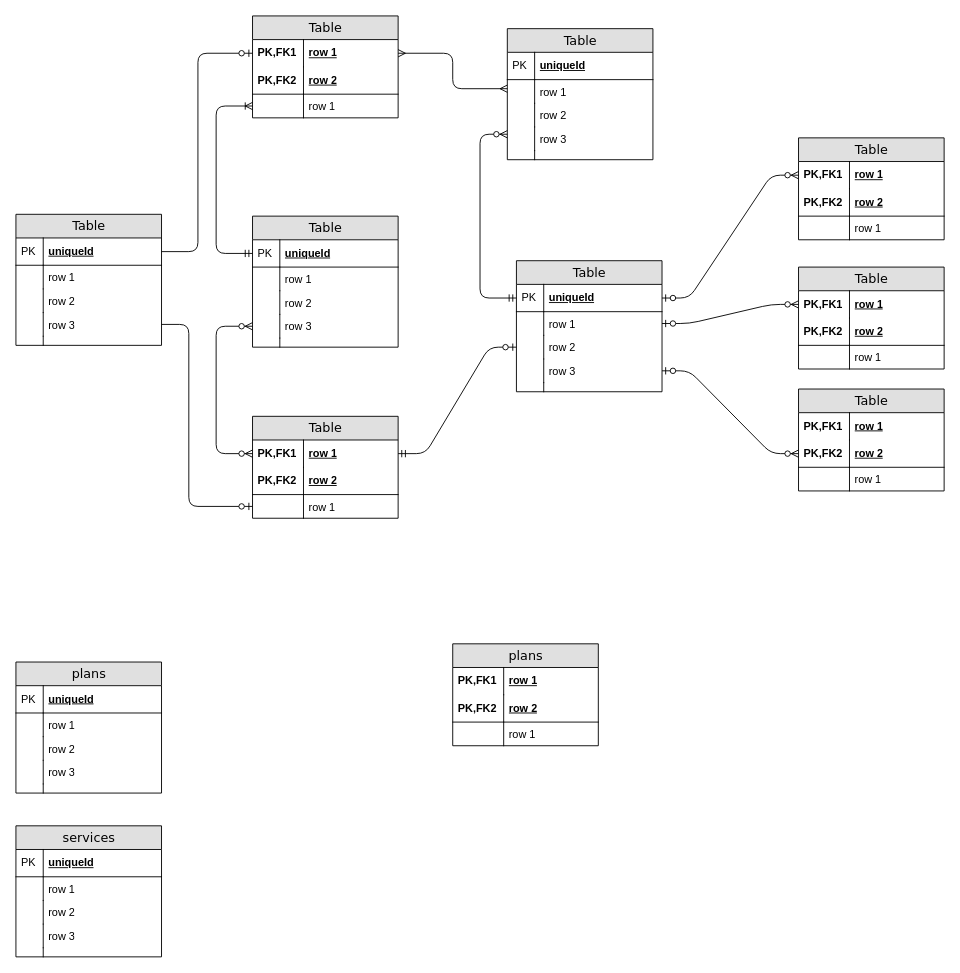
brnrajoriya/mailer-payment-module-db keeps this draw.io diagram as db/Untitled Diagram.drawio. Above is the earlier version. Source tidied: cells renumbered, new cells numbered last; positions are measured from the earlier drawing's top-left corner, leaving out a move shared by most shapes. Both pictures are drawn from the tidied source at 91%, with x=0, y=0 at pixel (15, 15).
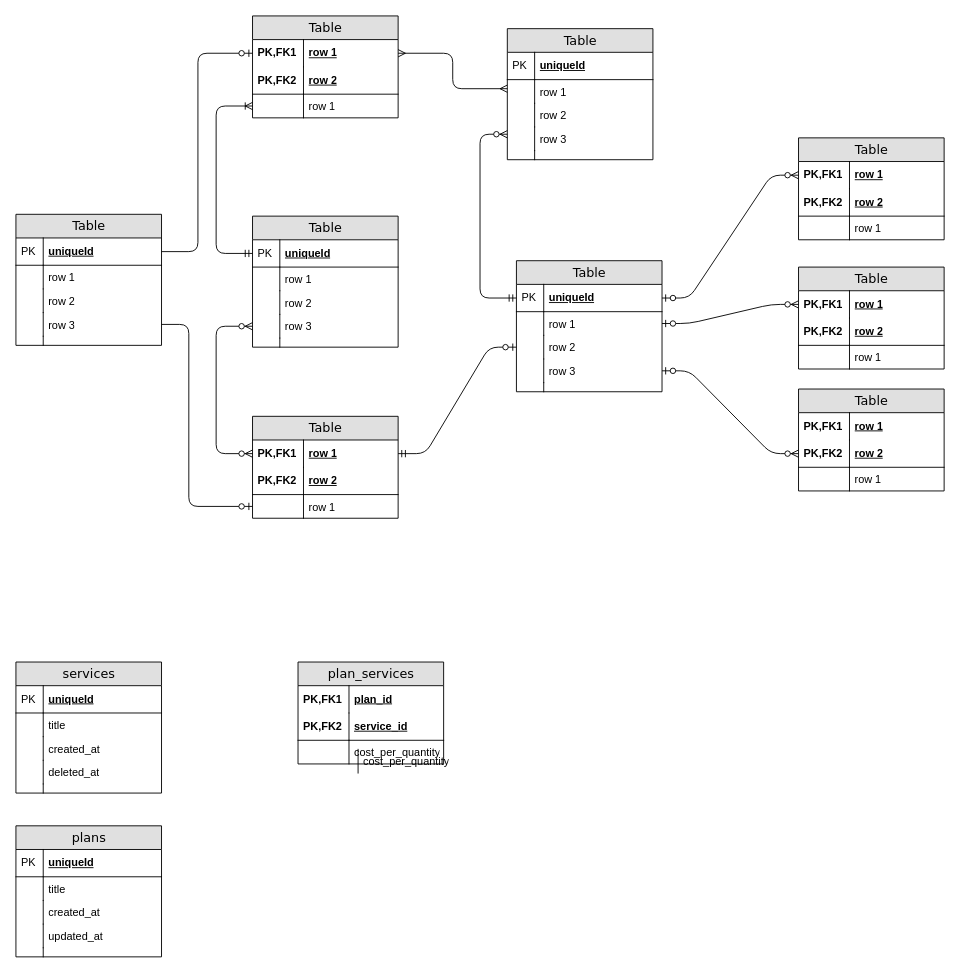
The same diagram, later.

Change to the diagram source:
```diff
@@
-    <mxCell id="91" value="plans" style="swimlane;html=1;fontStyle=0;horizontal=1;startSize=26;fillColor=#e0e0e0;swimlaneFillColor=#ffffff;align=center;rounded=0;shadow=0;comic=0;labelBackgroundColor=none;strokeWidth=1;fontFamily=Verdana;fontSize=14;" parent="1" vertex="1">
-      <mxGeometry x="480" y="690" width="160" height="112" as="geometry" />
+    <mxCell id="91" value="plan_services" style="swimlane;html=1;fontStyle=0;horizontal=1;startSize=26;fillColor=#e0e0e0;swimlaneFillColor=#ffffff;align=center;rounded=0;shadow=0;comic=0;labelBackgroundColor=none;strokeWidth=1;fontFamily=Verdana;fontSize=14;" parent="1" vertex="1">
+      <mxGeometry x="310" y="710" width="160" height="112" as="geometry" />
     </mxCell>
-    <mxCell id="92" value="row 1" style="shape=partialRectangle;top=0;left=0;right=0;bottom=0;html=1;align=left;verticalAlign=middle;fillColor=none;spacingLeft=60;spacingRight=4;whiteSpace=wrap;overflow=hidden;fontStyle=5;" parent="91" vertex="1">
+    <mxCell id="92" value="plan_id" style="shape=partialRectangle;top=0;left=0;right=0;bottom=0;html=1;align=left;verticalAlign=middle;fillColor=none;spacingLeft=60;spacingRight=4;whiteSpace=wrap;overflow=hidden;fontStyle=5;" parent="91" vertex="1">
       <mxGeometry y="26" width="160" height="30" as="geometry" />
     </mxCell>
@@
-    <mxCell id="94" value="row 2" style="shape=partialRectangle;top=0;left=0;right=0;bottom=1;html=1;align=left;verticalAlign=middle;fillColor=none;spacingLeft=60;spacingRight=4;whiteSpace=wrap;overflow=hidden;fontStyle=5;" parent="91" vertex="1">
+    <mxCell id="94" value="service_id" style="shape=partialRectangle;top=0;left=0;right=0;bottom=1;html=1;align=left;verticalAlign=middle;fillColor=none;spacingLeft=60;spacingRight=4;whiteSpace=wrap;overflow=hidden;fontStyle=5;" parent="91" vertex="1">
       <mxGeometry y="56" width="160" height="30" as="geometry" />
     </mxCell>
@@
-    <mxCell id="96" value="row 1" style="shape=partialRectangle;top=0;left=0;right=0;bottom=0;html=1;align=left;verticalAlign=top;fillColor=none;spacingLeft=60;spacingRight=4;whiteSpace=wrap;overflow=hidden;" parent="91" vertex="1">
+    <mxCell id="96" value="cost_per_quantity" style="shape=partialRectangle;top=0;left=0;right=0;bottom=0;html=1;align=left;verticalAlign=top;fillColor=none;spacingLeft=60;spacingRight=4;whiteSpace=wrap;overflow=hidden;" parent="91" vertex="1">
       <mxGeometry y="86" width="160" height="26" as="geometry" />
     </mxCell>
@@
-    <mxCell id="98" value="plans" style="swimlane;html=1;fontStyle=0;horizontal=1;startSize=26;fillColor=#e0e0e0;swimlaneFillColor=#ffffff;align=center;rounded=0;shadow=0;comic=0;labelBackgroundColor=none;strokeWidth=1;fontFamily=Verdana;fontSize=14;" parent="1" vertex="1">
+    <mxCell id="98" value="services" style="swimlane;html=1;fontStyle=0;horizontal=1;startSize=26;fillColor=#e0e0e0;swimlaneFillColor=#ffffff;align=center;rounded=0;shadow=0;comic=0;labelBackgroundColor=none;strokeWidth=1;fontFamily=Verdana;fontSize=14;" parent="1" vertex="1">
       <mxGeometry y="710" width="160" height="144" as="geometry" />
     </mxCell>
@@
-    <mxCell id="101" value="row 1" style="shape=partialRectangle;top=0;left=0;right=0;bottom=0;html=1;align=left;verticalAlign=top;fillColor=none;spacingLeft=34;spacingRight=4;whiteSpace=wrap;overflow=hidden;" parent="98" vertex="1">
+    <mxCell id="101" value="title" style="shape=partialRectangle;top=0;left=0;right=0;bottom=0;html=1;align=left;verticalAlign=top;fillColor=none;spacingLeft=34;spacingRight=4;whiteSpace=wrap;overflow=hidden;" parent="98" vertex="1">
       <mxGeometry y="56" width="160" height="26" as="geometry" />
     </mxCell>
@@
-    <mxCell id="103" value="row 2" style="shape=partialRectangle;top=0;left=0;right=0;bottom=0;html=1;align=left;verticalAlign=top;fillColor=none;spacingLeft=34;spacingRight=4;whiteSpace=wrap;overflow=hidden;" parent="98" vertex="1">
+    <mxCell id="103" value="created_at" style="shape=partialRectangle;top=0;left=0;right=0;bottom=0;html=1;align=left;verticalAlign=top;fillColor=none;spacingLeft=34;spacingRight=4;whiteSpace=wrap;overflow=hidden;" parent="98" vertex="1">
       <mxGeometry y="82" width="160" height="26" as="geometry" />
     </mxCell>
@@
-    <mxCell id="105" value="row 3" style="shape=partialRectangle;top=0;left=0;right=0;bottom=0;html=1;align=left;verticalAlign=top;fillColor=none;spacingLeft=34;spacingRight=4;whiteSpace=wrap;overflow=hidden;" parent="98" vertex="1">
+    <mxCell id="105" value="deleted_at" style="shape=partialRectangle;top=0;left=0;right=0;bottom=0;html=1;align=left;verticalAlign=top;fillColor=none;spacingLeft=34;spacingRight=4;whiteSpace=wrap;overflow=hidden;" parent="98" vertex="1">
       <mxGeometry y="108" width="160" height="26" as="geometry" />
     </mxCell>
@@
-    <mxCell id="109" value="services" style="swimlane;html=1;fontStyle=0;horizontal=1;startSize=26;fillColor=#e0e0e0;swimlaneFillColor=#ffffff;align=center;rounded=0;shadow=0;comic=0;labelBackgroundColor=none;strokeWidth=1;fontFamily=Verdana;fontSize=14;swimlaneLine=1;" parent="1" vertex="1">
+    <mxCell id="109" value="plans" style="swimlane;html=1;fontStyle=0;horizontal=1;startSize=26;fillColor=#e0e0e0;swimlaneFillColor=#ffffff;align=center;rounded=0;shadow=0;comic=0;labelBackgroundColor=none;strokeWidth=1;fontFamily=Verdana;fontSize=14;swimlaneLine=1;" parent="1" vertex="1">
       <mxGeometry y="890" width="160" height="144" as="geometry" />
     </mxCell>
@@
-    <mxCell id="112" value="row 1" style="shape=partialRectangle;top=0;left=0;right=0;bottom=0;html=1;align=left;verticalAlign=top;fillColor=none;spacingLeft=34;spacingRight=4;whiteSpace=wrap;overflow=hidden;" parent="109" vertex="1">
+    <mxCell id="112" value="title" style="shape=partialRectangle;top=0;left=0;right=0;bottom=0;html=1;align=left;verticalAlign=top;fillColor=none;spacingLeft=34;spacingRight=4;whiteSpace=wrap;overflow=hidden;" parent="109" vertex="1">
       <mxGeometry y="56" width="160" height="26" as="geometry" />
     </mxCell>
@@
-    <mxCell id="114" value="row 2" style="shape=partialRectangle;top=0;left=0;right=0;bottom=0;html=1;align=left;verticalAlign=top;fillColor=none;spacingLeft=34;spacingRight=4;whiteSpace=wrap;overflow=hidden;" parent="109" vertex="1">
+    <mxCell id="114" value="created_at" style="shape=partialRectangle;top=0;left=0;right=0;bottom=0;html=1;align=left;verticalAlign=top;fillColor=none;spacingLeft=34;spacingRight=4;whiteSpace=wrap;overflow=hidden;" parent="109" vertex="1">
       <mxGeometry y="82" width="160" height="26" as="geometry" />
     </mxCell>
@@
-    <mxCell id="116" value="row 3" style="shape=partialRectangle;top=0;left=0;right=0;bottom=0;html=1;align=left;verticalAlign=top;fillColor=none;spacingLeft=34;spacingRight=4;whiteSpace=wrap;overflow=hidden;" parent="109" vertex="1">
+    <mxCell id="116" value="updated_at" style="shape=partialRectangle;top=0;left=0;right=0;bottom=0;html=1;align=left;verticalAlign=top;fillColor=none;spacingLeft=34;spacingRight=4;whiteSpace=wrap;overflow=hidden;" parent="109" vertex="1">
       <mxGeometry y="108" width="160" height="26" as="geometry" />
     </mxCell>
@@
+    <mxCell id="120" value="cost_per_quantity" style="shape=partialRectangle;top=0;left=0;right=0;bottom=0;html=1;align=left;verticalAlign=top;fillColor=none;spacingLeft=60;spacingRight=4;whiteSpace=wrap;overflow=hidden;" parent="1" vertex="1">
+      <mxGeometry x="320" y="806" width="160" height="26" as="geometry" />
+    </mxCell>
+    <mxCell id="121" style="shape=partialRectangle;top=0;left=0;bottom=0;html=1;fillColor=none;align=left;verticalAlign=top;spacingLeft=4;spacingRight=4;whiteSpace=wrap;overflow=hidden;" parent="120" vertex="1">
+      <mxGeometry width="56" height="26" as="geometry" />
+    </mxCell>
```
